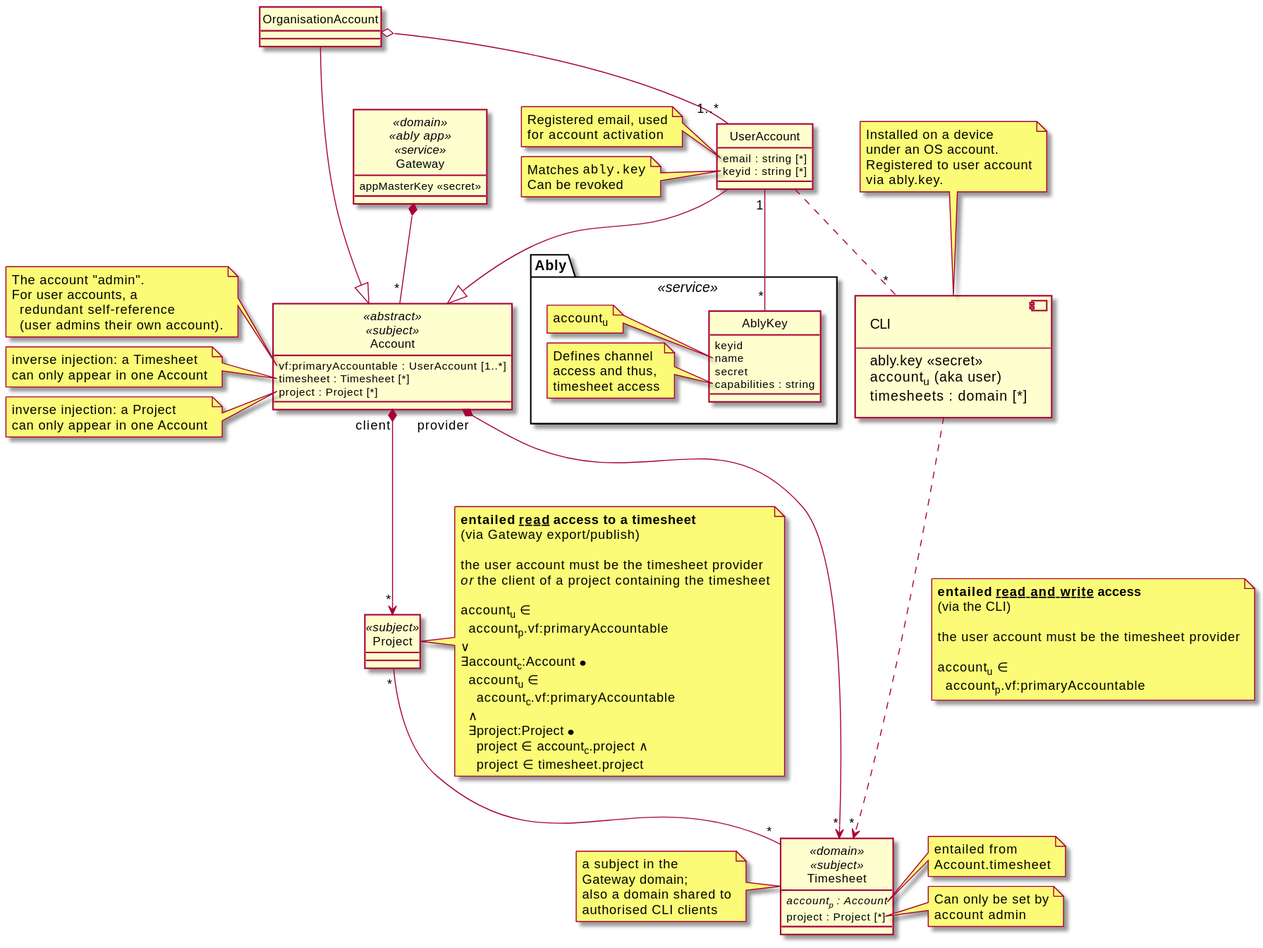
Earlier version of the PlantUML export architecture/security/img/accounts.class.svg (m-ld/timeld).
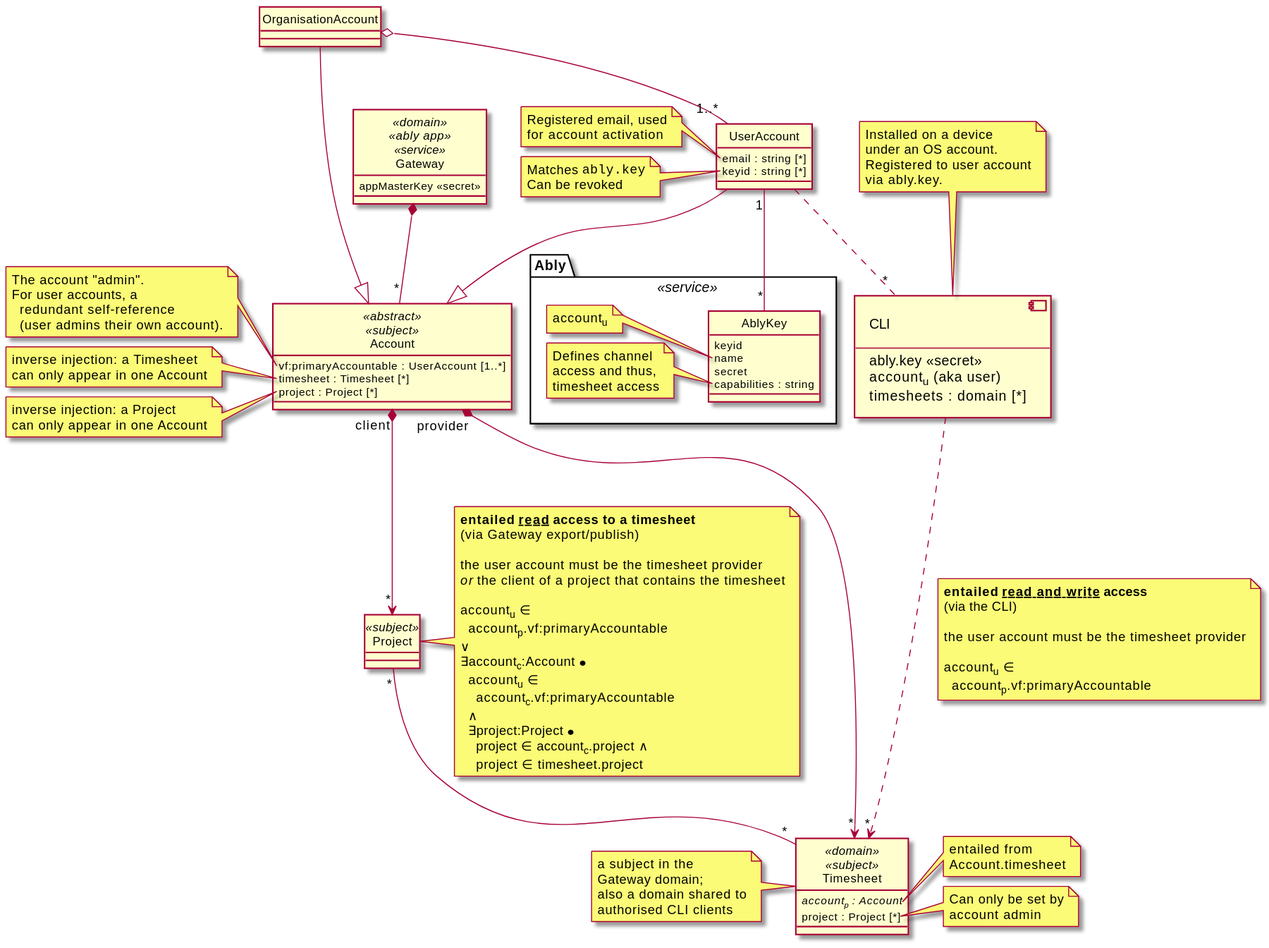
Later version of the same file.

What changed in the source:
```diff
@@ -78,7 +78,7 @@
   (via Gateway export/publish)
 
   the user account must be the timesheet provider
-  //or// the client of a project containing the timesheet
+  //or// the client of a project that contains the timesheet
 
   account<sub>u</sub> ∈
     account<sub>p</sub>.vf:primaryAccountable
```
